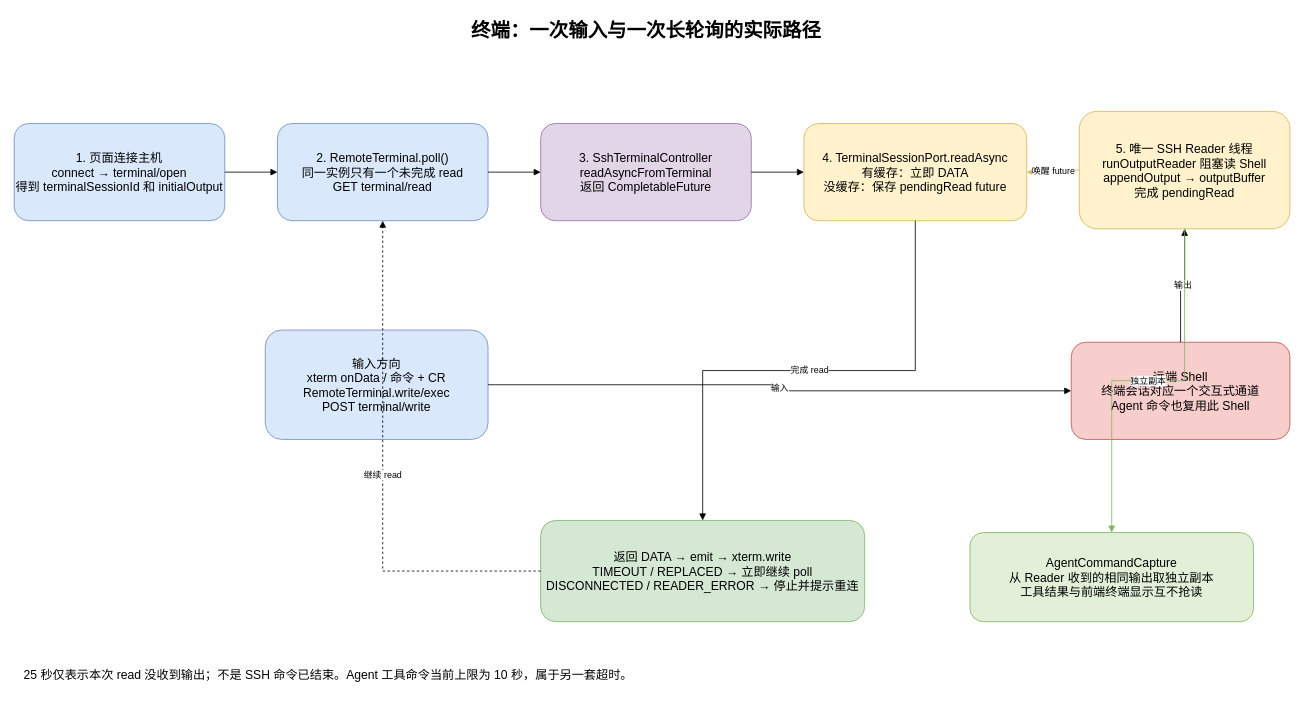
The draw.io diagram page "02-终端长轮询" (2 of 6) of docs/architecture.drawio in jasonlat-dot/ai-ssh-terminal-server, before the edit. Source tidied: cells renumbered, new cells numbered last; positions are measured from the earlier drawing's top-left corner, leaving out a move shared by most shapes. Both pictures are drawn from the tidied source at 81%, with x=0, y=0 at pixel (14, 14).
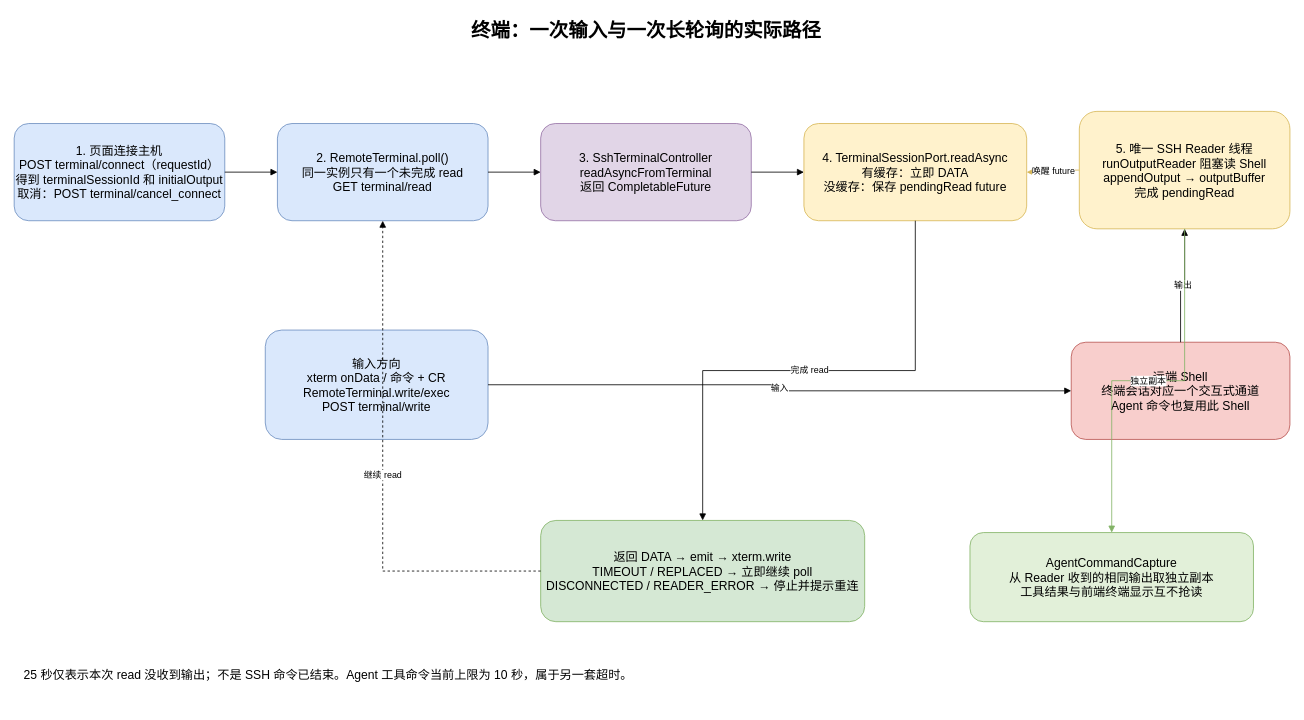
The same page after the edit.

Diff of the diagram source:
```diff
@@
-    <mxCell id="3" value="1. 页面连接主机&#10;connect → terminal/open&#10;得到 terminalSessionId 和 initialOutput" style="rounded=1;whiteSpace=wrap;html=1;fillColor=#dae8fc;strokeColor=#6c8ebf;fontSize=15;" parent="1" vertex="1">
+    <mxCell id="3" value="1. 页面连接主机&#10;POST terminal/connect（requestId）&#10;得到 terminalSessionId 和 initialOutput&#10;取消：POST terminal/cancel_connect" style="rounded=1;whiteSpace=wrap;html=1;fillColor=#dae8fc;strokeColor=#6c8ebf;fontSize=15;" parent="1" vertex="1">
       <mxGeometry y="135" width="260" height="120" as="geometry" />
     </mxCell>
```
